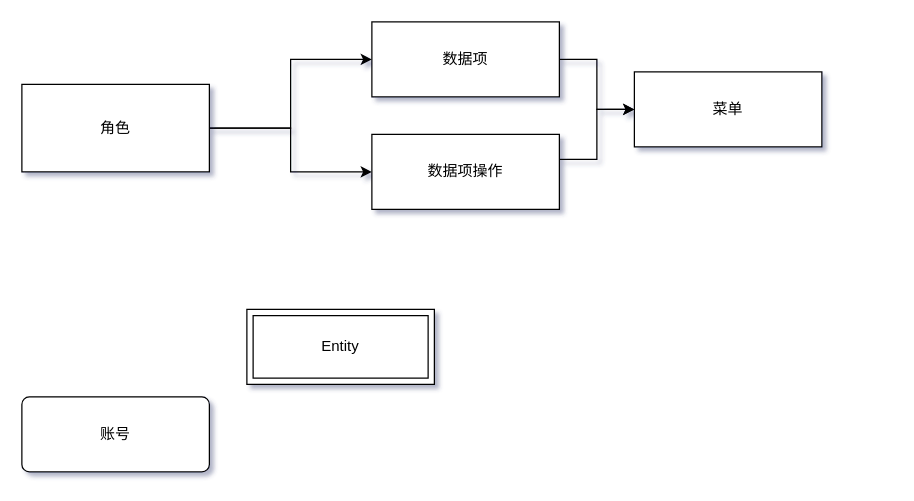
Above: page "授权方案二" (3 of 3) of 授权调整.drawio in 158698706/tt4a (draw.io), before the change. Source tidied: cells renumbered, new cells numbered last; positions are measured from the earlier drawing's top-left corner, leaving out a move shared by most shapes. Both pictures are drawn from the tidied source at 125%, with x=0, y=0 at pixel (21, 21).
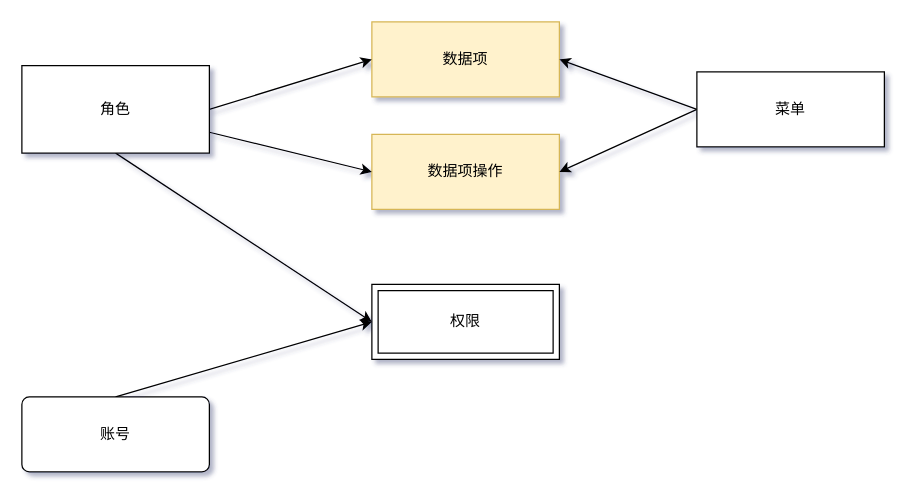
After the change.

Commit message (it also covers changes not shown here):
更新授权调整.drawio

What changed in the source:
```diff
@@
 <mxGraphModel background="#ffffff" shadow="1">
   <root>
     <mxCell id="0" />
     <mxCell id="1" parent="0" />
-    <mxCell id="2" style="edgeStyle=orthogonalEdgeStyle;rounded=0;jettySize=auto;html=1;exitX=1;exitY=0.5;exitDx=0;exitDy=0;entryX=0;entryY=0.5;entryDx=0;entryDy=0;" parent="1" edge="1" source="3" target="6">
-      <mxGeometry relative="1" as="geometry" />
-    </mxCell>
-    <mxCell id="3" value="数据项" style="whiteSpace=wrap;html=1;align=center;" parent="1" vertex="1">
+    <mxCell id="3" value="数据项" style="whiteSpace=wrap;html=1;align=center;fillColor=#fff2cc;strokeColor=#d6b656;" parent="1" vertex="1">
       <mxGeometry x="280" width="150" height="60" as="geometry" />
     </mxCell>
-    <mxCell id="4" style="edgeStyle=orthogonalEdgeStyle;rounded=0;jettySize=auto;html=1;exitX=1;exitY=0.5;exitDx=0;exitDy=0;entryX=0;entryY=0.5;entryDx=0;entryDy=0;" parent="1" edge="1" source="5" target="6">
-      <mxGeometry relative="1" as="geometry">
-        <Array as="points">
-          <mxPoint x="430" y="110" />
-          <mxPoint x="460" y="110" />
-          <mxPoint x="460" y="70" />
-        </Array>
-      </mxGeometry>
-    </mxCell>
-    <mxCell id="5" value="数据项操作" style="whiteSpace=wrap;html=1;align=center;" parent="1" vertex="1">
+    <mxCell id="5" value="数据项操作" style="whiteSpace=wrap;html=1;align=center;fillColor=#fff2cc;strokeColor=#d6b656;" parent="1" vertex="1">
       <mxGeometry x="280" y="90" width="150" height="60" as="geometry" />
     </mxCell>
+    <mxCell id="12" style="edgeStyle=none;rounded=0;jettySize=auto;html=1;entryX=1;entryY=0.5;entryDx=0;entryDy=0;exitX=0;exitY=0.5;exitDx=0;exitDy=0;" parent="1" edge="1" source="6" target="3">
+      <mxGeometry relative="1" as="geometry" />
+    </mxCell>
+    <mxCell id="13" style="edgeStyle=none;rounded=0;jettySize=auto;html=1;exitX=0;exitY=0.5;exitDx=0;exitDy=0;entryX=1;entryY=0.5;entryDx=0;entryDy=0;" parent="1" edge="1" source="6" target="5">
+      <mxGeometry relative="1" as="geometry" />
+    </mxCell>
     <mxCell id="6" value="菜单" style="whiteSpace=wrap;html=1;align=center;" parent="1" vertex="1">
-      <mxGeometry x="490" y="40" width="150" height="60" as="geometry" />
+      <mxGeometry x="540" y="40" width="150" height="60" as="geometry" />
     </mxCell>
-    <mxCell id="7" style="edgeStyle=orthogonalEdgeStyle;rounded=0;jettySize=auto;html=1;entryX=0;entryY=0.5;entryDx=0;entryDy=0;exitX=1;exitY=0.5;exitDx=0;exitDy=0;" parent="1" edge="1" source="9" target="3">
+    <mxCell id="7" style="rounded=0;jettySize=auto;html=1;entryX=0;entryY=0.5;entryDx=0;entryDy=0;exitX=1;exitY=0.5;exitDx=0;exitDy=0;" parent="1" edge="1" source="9" target="3">
       <mxGeometry relative="1" as="geometry" />
     </mxCell>
-    <mxCell id="8" style="edgeStyle=orthogonalEdgeStyle;rounded=0;jettySize=auto;html=1;entryX=0;entryY=0.5;entryDx=0;entryDy=0;" parent="1" edge="1" source="9" target="5">
+    <mxCell id="8" style="rounded=0;jettySize=auto;html=1;entryX=0;entryY=0.5;entryDx=0;entryDy=0;" parent="1" edge="1" source="9" target="5">
       <mxGeometry relative="1" as="geometry" />
     </mxCell>
+    <mxCell id="14" style="edgeStyle=none;rounded=0;jettySize=auto;html=1;entryX=0;entryY=0.5;entryDx=0;entryDy=0;exitX=0.5;exitY=1;exitDx=0;exitDy=0;" parent="1" edge="1" source="9" target="11">
+      <mxGeometry relative="1" as="geometry" />
+    </mxCell>
     <mxCell id="9" value="角色" style="whiteSpace=wrap;html=1;align=center;" parent="1" vertex="1">
-      <mxGeometry y="50" width="150" height="70" as="geometry" />
+      <mxGeometry y="35" width="150" height="70" as="geometry" />
     </mxCell>
+    <mxCell id="15" style="edgeStyle=none;rounded=0;jettySize=auto;html=1;entryX=0;entryY=0.5;entryDx=0;entryDy=0;exitX=0.5;exitY=0;exitDx=0;exitDy=0;" parent="1" edge="1" source="10" target="11">
+      <mxGeometry relative="1" as="geometry" />
+    </mxCell>
     <mxCell id="10" value="账号" style="rounded=1;arcSize=10;whiteSpace=wrap;html=1;align=center;" parent="1" vertex="1">
       <mxGeometry y="300" width="150" height="60" as="geometry" />
     </mxCell>
-    <mxCell id="11" value="Entity" style="shape=ext;margin=3;double=1;whiteSpace=wrap;html=1;align=center;" parent="1" vertex="1">
-      <mxGeometry x="180" y="230" width="150" height="60" as="geometry" />
+    <mxCell id="11" value="权限" style="shape=ext;margin=3;double=1;whiteSpace=wrap;html=1;align=center;" parent="1" vertex="1">
+      <mxGeometry x="280" y="210" width="150" height="60" as="geometry" />
     </mxCell>
   </root>
 </mxGraphModel>
```
